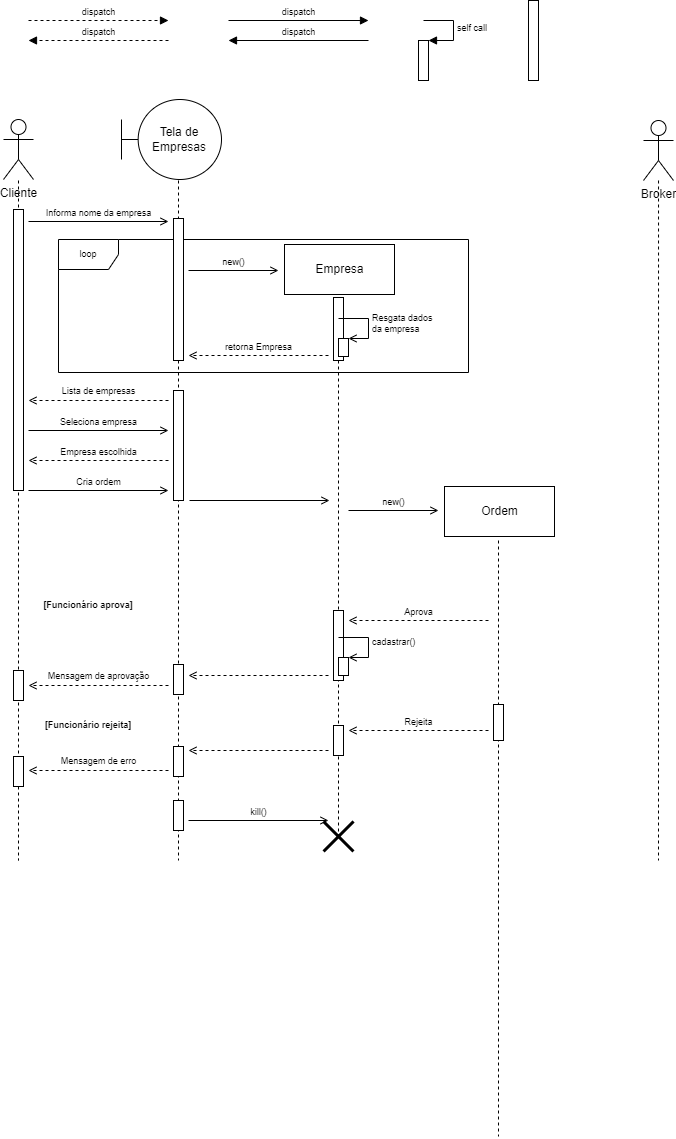
This is MarketDiagramasDeSequencia/MarketSequencia02.drawio.png from EijiDogen/FEI_MDSMarket, a draw.io export, as it was before one commit. Source tidied: cells renumbered, new cells last; positions are measured from the earlier drawing's top-left corner, leaving out a move shared by most shapes.
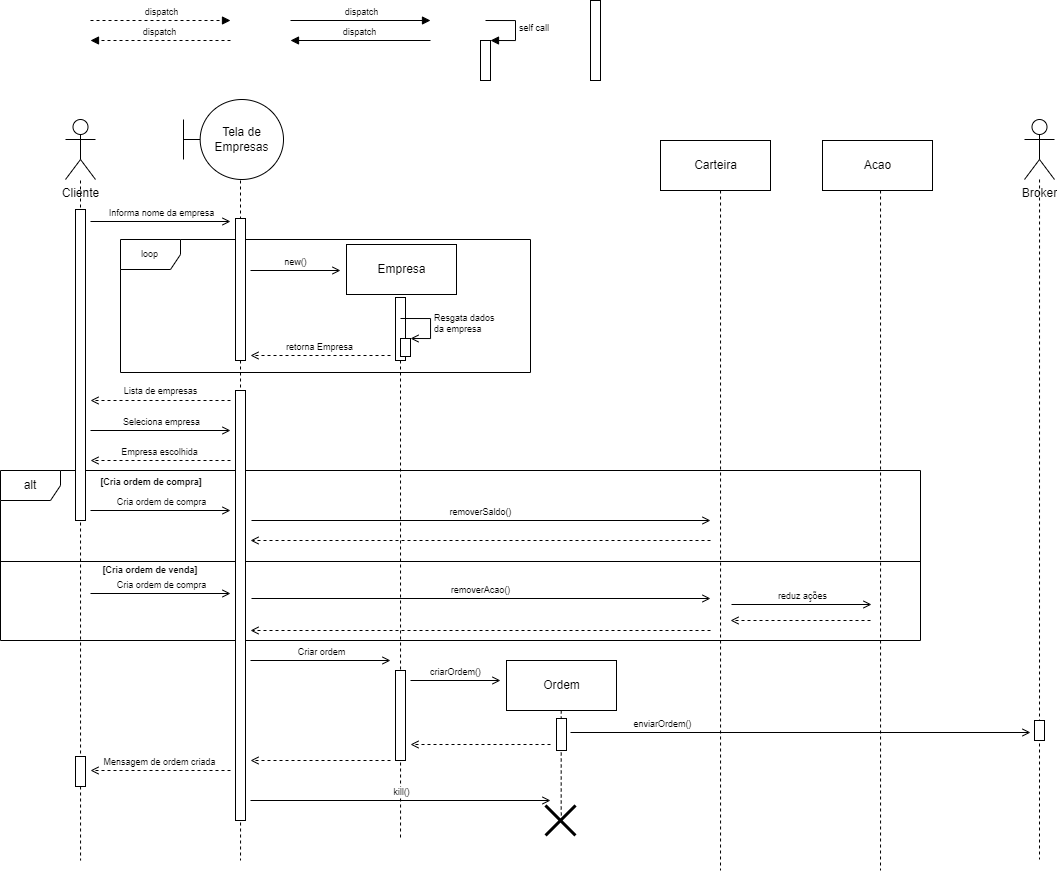
Above is the later version.

Change to the diagram source:
```diff
@@ -5,12 +5,33 @@
     <mxCell id="2" value="loop" style="shape=umlFrame;whiteSpace=wrap;html=1;fontSize=9;" parent="1" vertex="1">
       <mxGeometry x="55" y="239" width="410" height="133" as="geometry" />
     </mxCell>
-    <mxCell id="3" value="[Funcionário rejeita]" style="text;html=1;strokeColor=none;fillColor=none;align=center;verticalAlign=middle;whiteSpace=wrap;rounded=0;fontSize=9;fontStyle=1;" parent="1" vertex="1">
-      <mxGeometry x="35" y="710" width="100" height="30" as="geometry" />
-    </mxCell>
-    <mxCell id="4" value="[Funcionário aprova]" style="text;html=1;strokeColor=none;fillColor=none;align=center;verticalAlign=middle;whiteSpace=wrap;rounded=0;fontSize=9;fontStyle=1;" parent="1" vertex="1">
-      <mxGeometry x="35" y="590" width="100" height="30" as="geometry" />
+    <mxCell id="4" value="[Cria ordem de venda]" style="text;html=1;strokeColor=none;fillColor=none;align=center;verticalAlign=middle;whiteSpace=wrap;rounded=0;fontSize=9;fontStyle=1;" parent="1" vertex="1">
+      <mxGeometry x="35" y="555" width="100" height="30" as="geometry" />
     </mxCell>
+    <mxCell id="61" value="alt" style="shape=umlFrame;whiteSpace=wrap;html=1;" parent="1" vertex="1">
+      <mxGeometry x="-65" y="470" width="920" height="170" as="geometry" />
+    </mxCell>
+    <mxCell id="62" value="[Cria ordem de compra]" style="text;html=1;strokeColor=none;fillColor=none;align=center;verticalAlign=middle;whiteSpace=wrap;rounded=0;fontSize=9;fontStyle=1;" parent="1" vertex="1">
+      <mxGeometry x="27" y="467" width="118" height="30" as="geometry" />
+    </mxCell>
+    <mxCell id="63" style="line;strokeWidth=1;fillColor=none;align=left;verticalAlign=middle;spacingTop=-1;spacingLeft=3;spacingRight=3;labelPosition=right;" parent="1" vertex="1">
+      <mxGeometry x="-65" y="557" width="920" height="8" as="geometry" />
+    </mxCell>
+    <mxCell id="64" value="removerAcao()" style="html=1;verticalAlign=bottom;endArrow=open;rounded=0;fontSize=9;endFill=0;" parent="1" edge="1">
+      <mxGeometry relative="1" as="geometry">
+        <mxPoint x="186" y="598" as="sourcePoint" />
+        <mxPoint x="645" y="598" as="targetPoint" />
+      </mxGeometry>
+    </mxCell>
+    <mxCell id="65" style="html=1;verticalAlign=bottom;endArrow=open;rounded=0;dashed=1;fontSize=9;endFill=0;" parent="1" edge="1">
+      <mxGeometry relative="1" as="geometry">
+        <mxPoint x="645" y="630" as="sourcePoint" />
+        <mxPoint x="185" y="630" as="targetPoint" />
+      </mxGeometry>
+    </mxCell>
+    <mxCell id="66" value="Carteira" style="html=1;" parent="1" vertex="1">
+      <mxGeometry x="595" y="140" width="110" height="50" as="geometry" />
+    </mxCell>
     <mxCell id="5" value="Lifeline" parent="0" />
     <mxCell id="6" style="edgeStyle=orthogonalEdgeStyle;rounded=0;orthogonalLoop=1;jettySize=auto;html=1;dashed=1;endArrow=none;endFill=0;" parent="5" edge="1">
       <mxGeometry relative="1" as="geometry">
@@ -31,7 +52,7 @@
         </Array>
       </mxGeometry>
     </mxCell>
-    <mxCell id="8" style="edgeStyle=orthogonalEdgeStyle;rounded=0;orthogonalLoop=1;jettySize=auto;html=1;dashed=1;endArrow=none;endFill=0;" parent="5" edge="1">
+    <mxCell id="8" style="edgeStyle=orthogonalEdgeStyle;rounded=0;orthogonalLoop=1;jettySize=auto;html=1;dashed=1;endArrow=none;endFill=0;anchorPointDirection=1;" parent="5" edge="1">
       <mxGeometry relative="1" as="geometry">
         <mxPoint x="335" y="300" as="sourcePoint" />
         <mxPoint x="335" y="840" as="targetPoint" />
@@ -42,10 +63,10 @@
     </mxCell>
     <mxCell id="9" style="edgeStyle=orthogonalEdgeStyle;rounded=0;orthogonalLoop=1;jettySize=auto;html=1;dashed=1;endArrow=none;endFill=0;" parent="5" edge="1">
       <mxGeometry relative="1" as="geometry">
-        <mxPoint x="655" y="180" as="sourcePoint" />
-        <mxPoint x="655" y="860" as="targetPoint" />
+        <mxPoint x="974" y="179" as="sourcePoint" />
+        <mxPoint x="974" y="859" as="targetPoint" />
         <Array as="points">
-          <mxPoint x="655" y="820" />
+          <mxPoint x="974" y="819" />
         </Array>
       </mxGeometry>
     </mxCell>
@@ -59,7 +80,7 @@
       <mxGeometry x="281" y="244" width="110" height="50" as="geometry" />
     </mxCell>
     <mxCell id="13" value="Broker" style="shape=umlActor;verticalLabelPosition=bottom;verticalAlign=top;html=1;" parent="5" vertex="1">
-      <mxGeometry x="640" y="120" width="30" height="60" as="geometry" />
+      <mxGeometry x="959" y="119" width="30" height="60" as="geometry" />
     </mxCell>
     <mxCell id="14" value="new()" style="html=1;verticalAlign=bottom;endArrow=open;rounded=0;fontSize=9;endFill=0;" parent="5" edge="1">
       <mxGeometry relative="1" as="geometry">
@@ -69,26 +90,81 @@
     </mxCell>
     <mxCell id="15" style="edgeStyle=orthogonalEdgeStyle;rounded=0;orthogonalLoop=1;jettySize=auto;html=1;dashed=1;endArrow=none;endFill=0;" parent="5" edge="1">
       <mxGeometry relative="1" as="geometry">
-        <mxPoint x="495" y="540" as="sourcePoint" />
-        <mxPoint x="495" y="1136" as="targetPoint" />
+        <mxPoint x="495.7" y="710" as="sourcePoint" />
+        <mxPoint x="496" y="821" as="targetPoint" />
         <Array as="points">
-          <mxPoint x="495" y="1116" />
+          <mxPoint x="496" y="810" />
+          <mxPoint x="496" y="810" />
         </Array>
       </mxGeometry>
     </mxCell>
     <mxCell id="16" value="Ordem" style="html=1;" parent="5" vertex="1">
-      <mxGeometry x="441" y="486" width="110" height="50" as="geometry" />
+      <mxGeometry x="441" y="660" width="110" height="50" as="geometry" />
     </mxCell>
+    <mxCell id="67" style="edgeStyle=orthogonalEdgeStyle;rounded=0;orthogonalLoop=1;jettySize=auto;html=1;dashed=1;endArrow=none;endFill=0;" parent="5" edge="1">
+      <mxGeometry relative="1" as="geometry">
+        <mxPoint x="655" y="190" as="sourcePoint" />
+        <mxPoint x="655" y="870" as="targetPoint" />
+        <Array as="points">
+          <mxPoint x="655" y="830" />
+        </Array>
+      </mxGeometry>
+    </mxCell>
+    <mxCell id="68" style="html=1;verticalAlign=bottom;endArrow=open;rounded=0;dashed=1;fontSize=9;endFill=0;" parent="5" edge="1">
+      <mxGeometry relative="1" as="geometry">
+        <mxPoint x="645" y="540" as="sourcePoint" />
+        <mxPoint x="185" y="540" as="targetPoint" />
+      </mxGeometry>
+    </mxCell>
+    <mxCell id="69" value="Acao" style="html=1;" parent="5" vertex="1">
+      <mxGeometry x="757" y="140" width="110" height="50" as="geometry" />
+    </mxCell>
+    <mxCell id="70" style="edgeStyle=orthogonalEdgeStyle;rounded=0;orthogonalLoop=1;jettySize=auto;html=1;dashed=1;endArrow=none;endFill=0;" parent="5" edge="1">
+      <mxGeometry relative="1" as="geometry">
+        <mxPoint x="815" y="190" as="sourcePoint" />
+        <mxPoint x="815" y="870" as="targetPoint" />
+        <Array as="points">
+          <mxPoint x="815" y="830" />
+        </Array>
+      </mxGeometry>
+    </mxCell>
+    <mxCell id="71" value="reduz ações" style="html=1;verticalAlign=bottom;endArrow=open;rounded=0;fontSize=9;endFill=0;" parent="5" edge="1">
+      <mxGeometry relative="1" as="geometry">
+        <mxPoint x="666" y="604" as="sourcePoint" />
+        <mxPoint x="806" y="604" as="targetPoint" />
+      </mxGeometry>
+    </mxCell>
+    <mxCell id="72" style="html=1;verticalAlign=bottom;endArrow=open;rounded=0;dashed=1;fontSize=9;endFill=0;" parent="5" edge="1">
+      <mxGeometry relative="1" as="geometry">
+        <mxPoint x="805" y="620" as="sourcePoint" />
+        <mxPoint x="665" y="620" as="targetPoint" />
+      </mxGeometry>
+    </mxCell>
+    <mxCell id="73" value="Criar ordem" style="html=1;verticalAlign=bottom;endArrow=open;rounded=0;fontSize=9;endFill=0;" parent="5" edge="1">
+      <mxGeometry relative="1" as="geometry">
+        <mxPoint x="185" y="660" as="sourcePoint" />
+        <mxPoint x="325" y="660" as="targetPoint" />
+      </mxGeometry>
+    </mxCell>
+    <mxCell id="74" value="enviarOrdem()" style="html=1;verticalAlign=bottom;endArrow=open;rounded=0;fontSize=9;endFill=0;" parent="5" edge="1">
+      <mxGeometry x="-0.6" relative="1" as="geometry">
+        <mxPoint x="505" y="732" as="sourcePoint" />
+        <mxPoint x="965" y="732" as="targetPoint" />
+      </mxGeometry>
+    </mxCell>
+    <mxCell id="75" style="html=1;verticalAlign=bottom;endArrow=open;rounded=0;dashed=1;fontSize=9;endFill=0;" parent="5" edge="1">
+      <mxGeometry relative="1" as="geometry">
+        <mxPoint x="325" y="760" as="sourcePoint" />
+        <mxPoint x="185" y="760" as="targetPoint" />
+      </mxGeometry>
+    </mxCell>
     <mxCell id="17" value="Active" parent="0" />
     <mxCell id="18" style="html=1;perimeter=orthogonalPerimeter;fontSize=9;" parent="17" vertex="1">
       <mxGeometry x="525" width="10" height="80" as="geometry" />
     </mxCell>
     <mxCell id="19" style="html=1;perimeter=orthogonalPerimeter;fontSize=9;" parent="17" vertex="1">
-      <mxGeometry x="10" y="209" width="10" height="281" as="geometry" />
+      <mxGeometry x="10" y="209" width="10" height="311" as="geometry" />
     </mxCell>
-    <mxCell id="20" style="html=1;perimeter=orthogonalPerimeter;fontSize=9;" parent="17" vertex="1">
-      <mxGeometry x="10" y="670" width="10" height="30" as="geometry" />
-    </mxCell>
     <mxCell id="21" style="html=1;perimeter=orthogonalPerimeter;fontSize=9;" parent="17" vertex="1">
       <mxGeometry x="10" y="756" width="10" height="30" as="geometry" />
     </mxCell>
@@ -96,26 +172,17 @@
       <mxGeometry x="170" y="218" width="10" height="142" as="geometry" />
     </mxCell>
     <mxCell id="23" style="html=1;perimeter=orthogonalPerimeter;fontSize=9;" parent="17" vertex="1">
-      <mxGeometry x="170" y="390" width="10" height="110" as="geometry" />
+      <mxGeometry x="170" y="390" width="10" height="430" as="geometry" />
     </mxCell>
     <mxCell id="24" style="html=1;perimeter=orthogonalPerimeter;fontSize=9;" parent="17" vertex="1">
-      <mxGeometry x="490" y="704" width="10" height="36" as="geometry" />
+      <mxGeometry x="491" y="718" width="10" height="32" as="geometry" />
     </mxCell>
     <mxCell id="25" style="html=1;perimeter=orthogonalPerimeter;fontSize=9;" parent="17" vertex="1">
-      <mxGeometry x="330" y="610" width="10" height="70" as="geometry" />
+      <mxGeometry x="330" y="670" width="10" height="90" as="geometry" />
     </mxCell>
-    <mxCell id="26" style="html=1;perimeter=orthogonalPerimeter;fontSize=9;" parent="17" vertex="1">
-      <mxGeometry x="330" y="725" width="10" height="30" as="geometry" />
-    </mxCell>
-    <mxCell id="27" style="html=1;perimeter=orthogonalPerimeter;fontSize=9;" parent="17" vertex="1">
-      <mxGeometry x="170" y="664" width="10" height="30" as="geometry" />
-    </mxCell>
-    <mxCell id="28" style="html=1;perimeter=orthogonalPerimeter;fontSize=9;" parent="17" vertex="1">
-      <mxGeometry x="170" y="746" width="10" height="30" as="geometry" />
-    </mxCell>
-    <mxCell id="29" style="html=1;perimeter=orthogonalPerimeter;fontSize=9;" parent="17" vertex="1">
-      <mxGeometry x="170" y="800" width="10" height="30" as="geometry" />
-    </mxCell>
+    <mxCell id="76" style="html=1;perimeter=orthogonalPerimeter;fontSize=9;" parent="17" vertex="1">
+      <mxGeometry x="969" y="720" width="10" height="20" as="geometry" />
+    </mxCell>
     <mxCell id="30" value="Messages" parent="0" />
     <mxCell id="31" value="Informa nome da empresa" style="html=1;verticalAlign=bottom;endArrow=open;rounded=0;fontSize=9;endFill=0;" parent="30" edge="1">
       <mxGeometry relative="1" as="geometry">
@@ -164,83 +231,38 @@
         <mxPoint x="185" y="355" as="targetPoint" />
       </mxGeometry>
     </mxCell>
-    <mxCell id="39" value="Cria ordem" style="html=1;verticalAlign=bottom;endArrow=open;rounded=0;fontSize=9;endFill=0;" parent="30" edge="1">
+    <mxCell id="39" value="Cria ordem de compra" style="html=1;verticalAlign=bottom;endArrow=open;rounded=0;fontSize=9;endFill=0;" parent="30" edge="1">
       <mxGeometry relative="1" as="geometry">
-        <mxPoint x="25" y="490" as="sourcePoint" />
-        <mxPoint x="165" y="490" as="targetPoint" />
+        <mxPoint x="25" y="510" as="sourcePoint" />
+        <mxPoint x="165" y="510" as="targetPoint" />
       </mxGeometry>
     </mxCell>
-    <mxCell id="40" value="new()" style="html=1;verticalAlign=bottom;endArrow=open;rounded=0;fontSize=9;endFill=0;" parent="30" edge="1">
+    <mxCell id="40" value="criarOrdem()" style="html=1;verticalAlign=bottom;endArrow=open;rounded=0;fontSize=9;endFill=0;" parent="30" edge="1">
       <mxGeometry relative="1" as="geometry">
-        <mxPoint x="345" y="510" as="sourcePoint" />
-        <mxPoint x="435" y="510" as="targetPoint" />
+        <mxPoint x="345" y="680" as="sourcePoint" />
+        <mxPoint x="435" y="680" as="targetPoint" />
       </mxGeometry>
     </mxCell>
-    <mxCell id="41" value="Aprova" style="html=1;verticalAlign=bottom;endArrow=open;rounded=0;dashed=1;fontSize=9;endFill=0;" parent="30" edge="1">
-      <mxGeometry relative="1" as="geometry">
-        <mxPoint x="485" y="620" as="sourcePoint" />
-        <mxPoint x="345" y="620" as="targetPoint" />
-      </mxGeometry>
-    </mxCell>
-    <mxCell id="42" style="html=1;points=[];perimeter=orthogonalPerimeter;fontSize=9;" parent="30" vertex="1">
-      <mxGeometry x="335" y="657" width="10" height="18" as="geometry" />
-    </mxCell>
-    <mxCell id="43" value="cadastrar()" style="edgeStyle=orthogonalEdgeStyle;html=1;align=left;spacingLeft=2;endArrow=open;rounded=0;entryX=1;entryY=0;fontSize=9;endFill=0;" parent="30" edge="1" target="42">
-      <mxGeometry relative="1" as="geometry">
-        <mxPoint x="335" y="637" as="sourcePoint" />
-        <Array as="points">
-          <mxPoint x="365" y="637" />
-        </Array>
-      </mxGeometry>
-    </mxCell>
     <mxCell id="44" style="html=1;verticalAlign=bottom;endArrow=open;rounded=0;dashed=1;fontSize=9;endFill=0;" parent="30" edge="1">
       <mxGeometry relative="1" as="geometry">
-        <mxPoint x="325" y="675" as="sourcePoint" />
-        <mxPoint x="185" y="675" as="targetPoint" />
+        <mxPoint x="485" y="744" as="sourcePoint" />
+        <mxPoint x="345" y="744" as="targetPoint" />
       </mxGeometry>
     </mxCell>
-    <mxCell id="45" style="html=1;verticalAlign=bottom;endArrow=open;rounded=0;dashed=1;fontSize=9;endFill=0;" parent="30" edge="1">
-      <mxGeometry relative="1" as="geometry">
-        <mxPoint x="165" y="685" as="sourcePoint" />
-        <mxPoint x="25" y="685" as="targetPoint" />
-      </mxGeometry>
-    </mxCell>
-    <mxCell id="46" value="Mensagem de aprovação" style="edgeLabel;html=1;align=center;verticalAlign=middle;fontSize=9;" parent="45" vertex="1">
-      <mxGeometry x="0.16" y="-3" relative="1" as="geometry">
-        <mxPoint x="11" y="-7" as="offset" />
-      </mxGeometry>
-    </mxCell>
     <mxCell id="47" value="kill()" style="html=1;verticalAlign=bottom;endArrow=open;rounded=0;fontSize=9;endFill=0;" parent="30" edge="1">
       <mxGeometry relative="1" as="geometry">
-        <mxPoint x="185" y="820" as="sourcePoint" />
-        <mxPoint x="325" y="820" as="targetPoint" />
+        <mxPoint x="185" y="800" as="sourcePoint" />
+        <mxPoint x="485" y="800" as="targetPoint" />
       </mxGeometry>
     </mxCell>
-    <mxCell id="48" value="Rejeita" style="html=1;verticalAlign=bottom;endArrow=open;rounded=0;dashed=1;fontSize=9;endFill=0;" parent="30" edge="1">
-      <mxGeometry relative="1" as="geometry">
-        <mxPoint x="485" y="730" as="sourcePoint" />
-        <mxPoint x="345" y="730" as="targetPoint" />
-      </mxGeometry>
-    </mxCell>
-    <mxCell id="49" style="html=1;verticalAlign=bottom;endArrow=open;rounded=0;dashed=1;fontSize=9;endFill=0;" parent="30" edge="1">
-      <mxGeometry relative="1" as="geometry">
-        <mxPoint x="325" y="750" as="sourcePoint" />
-        <mxPoint x="185" y="750" as="targetPoint" />
-      </mxGeometry>
-    </mxCell>
-    <mxCell id="50" style="html=1;verticalAlign=bottom;endArrow=open;rounded=0;dashed=1;fontSize=9;endFill=0;" parent="30" edge="1">
+    <mxCell id="50" value="Mensagem de ordem criada" style="html=1;verticalAlign=bottom;endArrow=open;rounded=0;dashed=1;fontSize=9;endFill=0;" parent="30" edge="1">
       <mxGeometry relative="1" as="geometry">
         <mxPoint x="165" y="770" as="sourcePoint" />
         <mxPoint x="25" y="770" as="targetPoint" />
       </mxGeometry>
     </mxCell>
-    <mxCell id="51" value="Mensagem de erro" style="edgeLabel;html=1;align=center;verticalAlign=middle;fontSize=9;" parent="50" vertex="1">
-      <mxGeometry x="-0.22" y="-1" relative="1" as="geometry">
-        <mxPoint x="-16" y="-9" as="offset" />
-      </mxGeometry>
-    </mxCell>
     <mxCell id="52" style="shape=umlDestroy;whiteSpace=wrap;html=1;strokeWidth=3;fontSize=9;" parent="30" vertex="1">
-      <mxGeometry x="320" y="821" width="30" height="30" as="geometry" />
+      <mxGeometry x="480" y="805" width="30" height="30" as="geometry" />
     </mxCell>
     <mxCell id="53" style="html=1;perimeter=orthogonalPerimeter;fontSize=9;" parent="30" vertex="1">
       <mxGeometry x="330" y="297" width="10" height="63" as="geometry" />
@@ -279,11 +301,17 @@
         <mxPoint x="25" y="460" as="targetPoint" />
       </mxGeometry>
     </mxCell>
-    <mxCell id="60" style="html=1;verticalAlign=bottom;endArrow=open;rounded=0;fontSize=9;endFill=0;" parent="30" edge="1">
+    <mxCell id="60" value="removerSaldo()" style="html=1;verticalAlign=bottom;endArrow=open;rounded=0;fontSize=9;endFill=0;" parent="30" edge="1">
       <mxGeometry relative="1" as="geometry">
-        <mxPoint x="186" y="500" as="sourcePoint" />
-        <mxPoint x="326" y="500" as="targetPoint" />
+        <mxPoint x="186" y="520" as="sourcePoint" />
+        <mxPoint x="645" y="520" as="targetPoint" />
       </mxGeometry>
     </mxCell>
+    <mxCell id="77" value="Cria ordem de compra" style="html=1;verticalAlign=bottom;endArrow=open;rounded=0;fontSize=9;endFill=0;" parent="30" edge="1">
+      <mxGeometry relative="1" as="geometry">
+        <mxPoint x="25" y="593" as="sourcePoint" />
+        <mxPoint x="165" y="593" as="targetPoint" />
+      </mxGeometry>
+    </mxCell>
   </root>
 </mxGraphModel>
```
